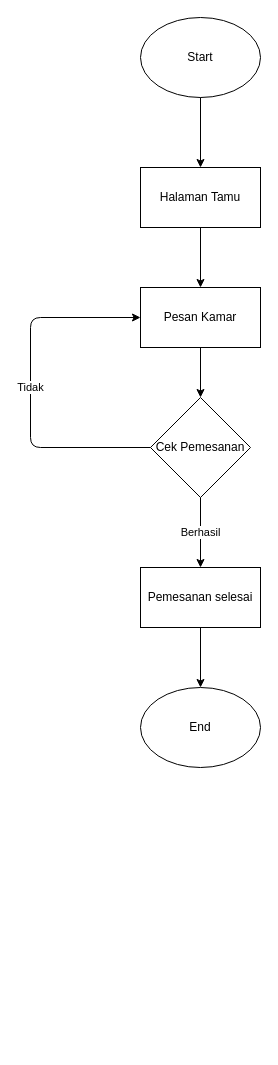
Above: diagram dan flowchar/flowchart tamu.drawio in muhrafifrbn/hotelbarcelona (draw.io), before the change. Source tidied: cells renumbered, new cells numbered last; positions are measured from the earlier drawing's top-left corner, leaving out a move shared by most shapes. Both pictures are drawn from the tidied source at 100%, with x=0, y=0 at pixel (30, 17).
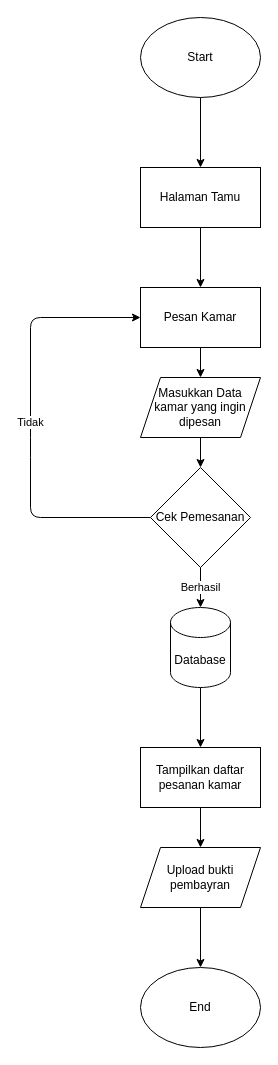
The same diagram, later.

Unchanged cells that the change refers to:
```xml
<mxCell id="5" value="Pesan Kamar" style="rounded=0;whiteSpace=wrap;html=1;" parent="1" vertex="1">
  <mxGeometry x="110" y="270" width="120" height="60" as="geometry" />
</mxCell>
```

What changed in the source:
```diff
@@
     <mxCell id="7" value="Cek Pemesanan" style="rhombus;whiteSpace=wrap;html=1;" parent="1" vertex="1">
-      <mxGeometry x="120" y="380" width="100" height="100" as="geometry" />
+      <mxGeometry x="120" y="450" width="100" height="100" as="geometry" />
     </mxCell>
-    <mxCell id="8" style="edgeStyle=orthogonalEdgeStyle;rounded=0;jettySize=auto;html=1;" parent="1" edge="1" source="9" target="13">
-      <mxGeometry relative="1" as="geometry" />
-    </mxCell>
-    <mxCell id="9" value="Pemesanan selesai" style="rounded=0;whiteSpace=wrap;html=1;" parent="1" vertex="1">
-      <mxGeometry x="110" y="550" width="120" height="60" as="geometry" />
-    </mxCell>
+    <mxCell id="11" value="Tidak" style="endArrow=classic;html=1;exitX=0;exitY=0.5;exitDx=0;exitDy=0;entryX=0;entryY=0.5;entryDx=0;entryDy=0;" parent="1" edge="1" source="7" target="5">
+      <mxGeometry relative="1" as="geometry">
+        <Array as="points">
+          <mxPoint y="500" />
+          <mxPoint y="430" />
+          <mxPoint y="300" />
+        </Array>
+      </mxGeometry>
+    </mxCell>
+    <mxCell id="14" value="Database" style="shape=cylinder3;whiteSpace=wrap;html=1;boundedLbl=1;backgroundOutline=1;size=15;" parent="1" vertex="1">
+      <mxGeometry x="140" y="590" width="60" height="80" as="geometry" />
+    </mxCell>
+    <mxCell id="15" value="Tampilkan daftar pesanan kamar" style="rounded=0;whiteSpace=wrap;html=1;" parent="1" vertex="1">
+      <mxGeometry x="110" y="730" width="120" height="60" as="geometry" />
+    </mxCell>
+    <mxCell id="16" style="endArrow=classic;html=1;entryX=0.5;entryY=0;entryDx=0;entryDy=0;exitX=0.5;exitY=1;exitDx=0;exitDy=0;exitPerimeter=0;" parent="1" edge="1" source="14" target="15">
+      <mxGeometry relative="1" as="geometry" />
+    </mxCell>
+    <mxCell id="17" style="endArrow=classic;html=1;entryX=0.5;entryY=0;entryDx=0;entryDy=0;" parent="1" edge="1">
+      <mxGeometry relative="1" as="geometry">
+        <mxPoint x="170" y="790" as="sourcePoint" />
+        <mxPoint x="170" y="830" as="targetPoint" />
+      </mxGeometry>
+    </mxCell>
-    <mxCell id="10" value="Berhasil" style="endArrow=classic;html=1;exitX=0.5;exitY=1;exitDx=0;exitDy=0;" parent="1" edge="1" source="7" target="9">
+    <mxCell id="10" value="Berhasil" style="endArrow=classic;html=1;exitX=0.5;exitY=1;exitDx=0;exitDy=0;entryX=0.5;entryY=0;entryDx=0;entryDy=0;entryPerimeter=0;" parent="1" edge="1" source="7" target="14">
       <mxGeometry relative="1" as="geometry" />
     </mxCell>
-    <mxCell id="11" value="Tidak" style="endArrow=classic;html=1;exitX=0;exitY=0.5;exitDx=0;exitDy=0;entryX=0;entryY=0.5;entryDx=0;entryDy=0;" parent="1" edge="1" source="7" target="5">
-      <mxGeometry relative="1" as="geometry">
-        <Array as="points">
-          <mxPoint y="430" />
-          <mxPoint y="300" />
-        </Array>
-      </mxGeometry>
-    </mxCell>
-    <mxCell id="12" style="endArrow=classic;html=1;entryX=0.5;entryY=0;entryDx=0;entryDy=0;exitX=0.5;exitY=1;exitDx=0;exitDy=0;" parent="1" edge="1" source="5" target="7">
-      <mxGeometry relative="1" as="geometry" />
-    </mxCell>
+    <mxCell id="18" value="Masukkan Data kamar yang ingin dipesan" style="shape=parallelogram;perimeter=parallelogramPerimeter;whiteSpace=wrap;html=1;fixedSize=1;" parent="1" vertex="1">
+      <mxGeometry x="110" y="360" width="120" height="60" as="geometry" />
+    </mxCell>
+    <mxCell id="19" style="endArrow=classic;html=1;exitX=0.5;exitY=1;exitDx=0;exitDy=0;entryX=0.5;entryY=0;entryDx=0;entryDy=0;" parent="1" edge="1" source="5" target="18">
+      <mxGeometry relative="1" as="geometry" />
+    </mxCell>
+    <mxCell id="20" style="endArrow=classic;html=1;entryX=0.5;entryY=0;entryDx=0;entryDy=0;exitX=0.5;exitY=1;exitDx=0;exitDy=0;" parent="1" edge="1" source="18" target="7">
+      <mxGeometry relative="1" as="geometry" />
+    </mxCell>
+    <mxCell id="21" value="Upload bukti pembayran" style="shape=parallelogram;perimeter=parallelogramPerimeter;whiteSpace=wrap;html=1;fixedSize=1;" parent="1" vertex="1">
+      <mxGeometry x="110" y="830" width="120" height="60" as="geometry" />
+    </mxCell>
     <mxCell id="13" value="End" style="ellipse;whiteSpace=wrap;html=1;" parent="1" vertex="1">
-      <mxGeometry x="110" y="670" width="120" height="80" as="geometry" />
+      <mxGeometry x="110" y="950" width="120" height="80" as="geometry" />
     </mxCell>
+    <mxCell id="22" style="endArrow=classic;html=1;exitX=0.5;exitY=1;exitDx=0;exitDy=0;" parent="1" edge="1" source="21">
+      <mxGeometry relative="1" as="geometry">
+        <mxPoint x="170" y="950" as="targetPoint" />
+      </mxGeometry>
+    </mxCell>
```
